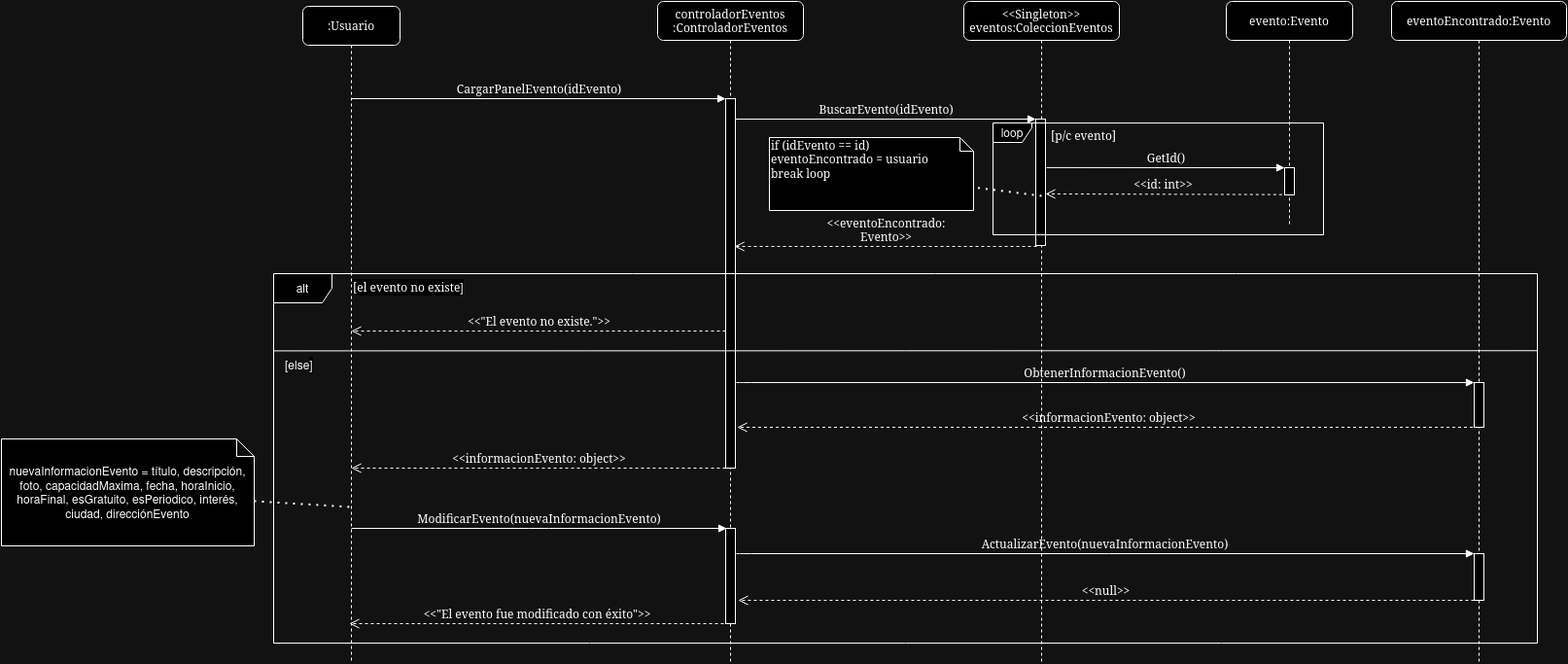
Above: Documentacion/Diagramas_de_secuencia/Modificacion_eventos/Diagrama_Secuencia_Diseño.png in sfonzo96/practica-profesionalizante-1 (draw.io), before the change. Source tidied: cells renumbered, new cells last; positions are measured from the earlier drawing's top-left corner, leaving out a move shared by most shapes. The source it was exported from:
```xml
<mxGraphModel>
  <root>
    <mxCell id="0" />
    <mxCell id="1" parent="0" />
    <mxCell id="2" value="controladorEventos :ControladorEventos" style="shape=umlLifeline;perimeter=lifelinePerimeter;whiteSpace=wrap;html=1;rounded=1;shadow=0;comic=0;labelBackgroundColor=none;strokeWidth=1;fontFamily=Verdana;fontSize=12;align=center;" parent="1" vertex="1">
      <mxGeometry x="675" width="150" height="680" as="geometry" />
    </mxCell>
    <mxCell id="3" style="html=1;points=[];perimeter=orthogonalPerimeter;rounded=0;shadow=0;comic=0;labelBackgroundColor=none;strokeWidth=1;fontFamily=Verdana;fontSize=12;align=center;" parent="2" vertex="1">
      <mxGeometry x="70" y="100" width="10" height="380" as="geometry" />
    </mxCell>
    <mxCell id="4" style="html=1;perimeter=orthogonalPerimeter;rounded=0;shadow=0;comic=0;labelBackgroundColor=none;strokeWidth=1;fontFamily=Verdana;fontSize=12;align=center;" parent="2" vertex="1">
      <mxGeometry x="70" y="542" width="10" height="98" as="geometry" />
    </mxCell>
    <mxCell id="5" value="&amp;lt;&amp;lt;Singleton&amp;gt;&amp;gt; eventos:ColeccionEventos" style="shape=umlLifeline;perimeter=lifelinePerimeter;whiteSpace=wrap;html=1;rounded=1;shadow=0;comic=0;labelBackgroundColor=none;strokeWidth=1;fontFamily=Verdana;fontSize=12;align=center;" parent="1" vertex="1">
      <mxGeometry x="990" width="160" height="680" as="geometry" />
    </mxCell>
    <mxCell id="6" style="html=1;points=[];perimeter=orthogonalPerimeter;rounded=0;shadow=0;comic=0;labelBackgroundColor=none;strokeWidth=1;fontFamily=Verdana;fontSize=12;align=center;" parent="5" vertex="1">
      <mxGeometry x="74" y="121" width="10" height="130" as="geometry" />
    </mxCell>
    <mxCell id="7" value="evento:Evento" style="shape=umlLifeline;perimeter=lifelinePerimeter;whiteSpace=wrap;html=1;rounded=1;shadow=0;comic=0;labelBackgroundColor=none;strokeWidth=1;fontFamily=Verdana;fontSize=12;align=center;" parent="1" vertex="1">
      <mxGeometry x="1260" width="130" height="230" as="geometry" />
    </mxCell>
    <mxCell id="8" style="html=1;points=[];perimeter=orthogonalPerimeter;rounded=0;shadow=0;comic=0;labelBackgroundColor=none;strokeWidth=1;fontFamily=Verdana;fontSize=12;align=center;" parent="7" vertex="1">
      <mxGeometry x="60" y="171" width="10" height="28" as="geometry" />
    </mxCell>
    <mxCell id="9" value=":Usuario" style="shape=umlLifeline;perimeter=lifelinePerimeter;whiteSpace=wrap;html=1;outlineConnect=0;rounded=1;shadow=0;comic=0;labelBackgroundColor=none;strokeWidth=1;fontFamily=Verdana;fontSize=12;align=center;" parent="1" vertex="1">
      <mxGeometry x="310" y="5" width="100" height="675" as="geometry" />
    </mxCell>
    <mxCell id="10" value="&amp;lt;&amp;lt;&quot;El evento no existe.&quot;&amp;gt;&amp;gt;" style="html=1;verticalAlign=bottom;endArrow=open;dashed=1;endSize=8;labelBackgroundColor=none;fontFamily=Verdana;fontSize=12;edgeStyle=elbowEdgeStyle;elbow=vertical;" parent="9" edge="1">
      <mxGeometry relative="1" as="geometry">
        <mxPoint x="435" y="334" as="sourcePoint" />
        <mxPoint x="50" y="334.4" as="targetPoint" />
      </mxGeometry>
    </mxCell>
    <mxCell id="11" value="GetId()" style="html=1;verticalAlign=bottom;endArrow=block;labelBackgroundColor=none;fontFamily=Verdana;fontSize=12;edgeStyle=elbowEdgeStyle;elbow=vertical;exitX=1.005;exitY=0.23;exitDx=0;exitDy=0;exitPerimeter=0;entryX=0;entryY=0.01;entryDx=0;entryDy=0;entryPerimeter=0;" parent="1" edge="1" target="8">
      <mxGeometry relative="1" as="geometry">
        <mxPoint x="1075.1" y="170.9" as="sourcePoint" />
        <Array as="points">
          <mxPoint x="1080" y="171" />
        </Array>
      </mxGeometry>
    </mxCell>
    <mxCell id="12" value="CargarPanelEvento(&lt;span style=&quot;text-align: left; text-wrap-mode: wrap;&quot;&gt;idEvento&lt;/span&gt;)" style="html=1;verticalAlign=bottom;endArrow=block;entryX=0;entryY=0;labelBackgroundColor=none;fontFamily=Verdana;fontSize=12;edgeStyle=elbowEdgeStyle;elbow=vertical;" parent="1" edge="1" source="9" target="3">
      <mxGeometry relative="1" as="geometry" />
    </mxCell>
    <mxCell id="13" value="BuscarEvento(idEvento)" style="html=1;verticalAlign=bottom;endArrow=block;entryX=0;entryY=0;labelBackgroundColor=none;fontFamily=Verdana;fontSize=12;edgeStyle=elbowEdgeStyle;elbow=vertical;" parent="1" edge="1" source="3" target="6">
      <mxGeometry relative="1" as="geometry" />
    </mxCell>
    <mxCell id="14" style="endArrow=none;dashed=1;html=1;dashPattern=1 3;strokeWidth=2;rounded=0;entryX=0;entryY=0;entryDx=100;entryDy=37;entryPerimeter=0;" parent="1" edge="1" target="15">
      <mxGeometry relative="1" as="geometry">
        <mxPoint x="1070" y="200" as="sourcePoint" />
      </mxGeometry>
    </mxCell>
    <mxCell id="15" value="if (idEvento == id)&lt;div&gt;eventoEncontrado = usuario&lt;/div&gt;&lt;div&gt;&lt;span style=&quot;background-color: initial;&quot;&gt;break loop&lt;/span&gt;&lt;/div&gt;" style="shape=note;whiteSpace=wrap;html=1;size=14;verticalAlign=top;align=left;spacingTop=-6;rounded=0;shadow=0;comic=0;labelBackgroundColor=none;strokeWidth=1;fontFamily=Verdana;fontSize=12;" parent="1" vertex="1">
      <mxGeometry x="790" y="140" width="210" height="75" as="geometry" />
    </mxCell>
    <mxCell id="16" value="loop" style="shape=umlFrame;whiteSpace=wrap;html=1;width=40;height=20;" parent="1" vertex="1">
      <mxGeometry x="1020" y="125" width="340" height="115" as="geometry" />
    </mxCell>
    <mxCell id="17" value="&amp;lt;&amp;lt;id: int&amp;gt;&amp;gt;" style="html=1;verticalAlign=bottom;endArrow=open;dashed=1;endSize=8;labelBackgroundColor=none;fontFamily=Verdana;fontSize=12;exitX=-0.045;exitY=1.026;exitDx=0;exitDy=0;exitPerimeter=0;entryX=1.12;entryY=0.539;entryDx=0;entryDy=0;entryPerimeter=0;" parent="1" edge="1">
      <mxGeometry relative="1" as="geometry">
        <mxPoint x="1317.3" y="198.7" as="sourcePoint" />
        <mxPoint x="1074" y="198" as="targetPoint" />
      </mxGeometry>
    </mxCell>
    <mxCell id="18" style="endArrow=none;html=1;rounded=0;exitX=0;exitY=0.209;exitDx=0;exitDy=0;exitPerimeter=0;entryX=1;entryY=0.348;entryDx=0;entryDy=0;entryPerimeter=0;" parent="1" edge="1" source="19">
      <mxGeometry relative="1" as="geometry">
        <mxPoint x="1580" y="359.2" as="targetPoint" />
      </mxGeometry>
    </mxCell>
    <mxCell id="19" value="alt" style="shape=umlFrame;whiteSpace=wrap;html=1;width=60;height=30;" parent="1" vertex="1">
      <mxGeometry x="280" y="280" width="1300" height="380" as="geometry" />
    </mxCell>
    <mxCell id="20" value="&amp;lt;&amp;lt;evento&lt;span style=&quot;text-align: left; text-wrap-mode: wrap;&quot;&gt;Encontrado: Evento&lt;/span&gt;&amp;gt;&amp;gt;" style="html=1;verticalAlign=bottom;endArrow=open;dashed=1;endSize=8;labelBackgroundColor=none;fontFamily=Verdana;fontSize=12;edgeStyle=elbowEdgeStyle;elbow=vertical;entryX=1.061;entryY=0.689;entryDx=0;entryDy=0;entryPerimeter=0;" parent="1" edge="1">
      <mxGeometry relative="1" as="geometry">
        <mxPoint x="1065" y="252" as="sourcePoint" />
        <mxPoint x="754.2" y="252" as="targetPoint" />
      </mxGeometry>
    </mxCell>
    <mxCell id="21" value="&lt;font face=&quot;Verdana&quot;&gt;[p/c evento]&lt;/font&gt;" style="text;whiteSpace=wrap;html=1;" parent="1" vertex="1">
      <mxGeometry x="1078" y="124" width="90" height="30" as="geometry" />
    </mxCell>
    <mxCell id="22" value="&lt;span style=&quot;forced-color-adjust: none; color: rgb(0, 0, 0); font-size: 12px; font-style: normal; font-variant-ligatures: normal; font-variant-caps: normal; font-weight: 400; letter-spacing: normal; orphans: 2; text-indent: 0px; text-transform: none; widows: 2; word-spacing: 0px; -webkit-text-stroke-width: 0px; white-space: normal; background-color: rgb(251, 251, 251); text-decoration-thickness: initial; text-decoration-style: initial; text-decoration-color: initial; font-family: Verdana; text-align: left;&quot;&gt;[el evento no existe&lt;/span&gt;&lt;span style=&quot;color: rgb(0, 0, 0); font-family: Helvetica; font-size: 12px; font-style: normal; font-variant-ligatures: normal; font-variant-caps: normal; font-weight: 400; letter-spacing: normal; orphans: 2; text-align: center; text-indent: 0px; text-transform: none; widows: 2; word-spacing: 0px; -webkit-text-stroke-width: 0px; white-space: normal; background-color: rgb(251, 251, 251); text-decoration-thickness: initial; text-decoration-style: initial; text-decoration-color: initial; display: inline !important; float: none;&quot;&gt;]&lt;/span&gt;" style="text;whiteSpace=wrap;html=1;" parent="1" vertex="1">
      <mxGeometry x="360" y="280" width="190" height="40" as="geometry" />
    </mxCell>
    <mxCell id="23" value="&amp;lt;&amp;lt;informacionEvento: object&amp;gt;&amp;gt;" style="html=1;verticalAlign=bottom;endArrow=open;dashed=1;endSize=8;labelBackgroundColor=none;fontFamily=Verdana;fontSize=12;edgeStyle=elbowEdgeStyle;elbow=vertical;" parent="1" edge="1">
      <mxGeometry relative="1" as="geometry">
        <mxPoint x="745" y="480" as="sourcePoint" />
        <mxPoint x="360" y="480.4" as="targetPoint" />
      </mxGeometry>
    </mxCell>
    <mxCell id="24" value="ModificarEvento(nuevaInformacionEvento)" style="html=1;verticalAlign=bottom;endArrow=block;entryX=0;entryY=0;labelBackgroundColor=none;fontFamily=Verdana;fontSize=12;edgeStyle=elbowEdgeStyle;elbow=horizontal;" parent="1" edge="1">
      <mxGeometry relative="1" as="geometry">
        <mxPoint x="360" y="542" as="sourcePoint" />
        <mxPoint x="746" y="542" as="targetPoint" />
      </mxGeometry>
    </mxCell>
    <mxCell id="25" value="eventoEncontrado:Evento" style="shape=umlLifeline;perimeter=lifelinePerimeter;whiteSpace=wrap;html=1;rounded=1;shadow=0;comic=0;labelBackgroundColor=none;strokeWidth=1;fontFamily=Verdana;fontSize=12;align=center;" parent="1" vertex="1">
      <mxGeometry x="1430" width="180" height="680" as="geometry" />
    </mxCell>
    <mxCell id="26" style="html=1;perimeter=orthogonalPerimeter;rounded=0;shadow=0;comic=0;labelBackgroundColor=none;strokeWidth=1;fontFamily=Verdana;fontSize=12;align=center;" parent="25" vertex="1">
      <mxGeometry x="85" y="568" width="10" height="48" as="geometry" />
    </mxCell>
    <mxCell id="27" style="html=1;perimeter=orthogonalPerimeter;rounded=0;shadow=0;comic=0;labelBackgroundColor=none;strokeWidth=1;fontFamily=Verdana;fontSize=12;align=center;" parent="25" vertex="1">
      <mxGeometry x="85" y="392" width="10" height="46" as="geometry" />
    </mxCell>
    <mxCell id="28" value="&amp;lt;&amp;lt;informacionEvento: object&amp;gt;&amp;gt;" style="html=1;verticalAlign=bottom;endArrow=open;dashed=1;endSize=8;labelBackgroundColor=none;fontFamily=Verdana;fontSize=12;" parent="1" edge="1">
      <mxGeometry relative="1" as="geometry">
        <mxPoint x="1519.5" y="438" as="sourcePoint" />
        <mxPoint x="757" y="438" as="targetPoint" />
      </mxGeometry>
    </mxCell>
    <mxCell id="29" value="ActualizarEvento(nuevaInformacionEvento)" style="html=1;verticalAlign=bottom;endArrow=block;labelBackgroundColor=none;fontFamily=Verdana;fontSize=12;edgeStyle=elbowEdgeStyle;elbow=horizontal;exitX=1.005;exitY=0.23;exitDx=0;exitDy=0;exitPerimeter=0;" parent="1" edge="1">
      <mxGeometry relative="1" as="geometry">
        <mxPoint x="756" y="568" as="sourcePoint" />
        <mxPoint x="1515" y="568" as="targetPoint" />
        <Array as="points">
          <mxPoint x="761" y="568.1" />
        </Array>
      </mxGeometry>
    </mxCell>
    <mxCell id="30" value="&amp;lt;&amp;lt;null&amp;gt;&amp;gt;" style="html=1;verticalAlign=bottom;endArrow=open;dashed=1;endSize=8;labelBackgroundColor=none;fontFamily=Verdana;fontSize=12;" parent="1" edge="1">
      <mxGeometry relative="1" as="geometry">
        <mxPoint x="1515" y="616" as="sourcePoint" />
        <mxPoint x="758" y="616" as="targetPoint" />
      </mxGeometry>
    </mxCell>
    <mxCell id="31" value="&amp;lt;&amp;lt;&quot;El evento fue modificado con éxito&quot;&amp;gt;&amp;gt;" style="html=1;verticalAlign=bottom;endArrow=open;dashed=1;endSize=8;labelBackgroundColor=none;fontFamily=Verdana;fontSize=12;edgeStyle=elbowEdgeStyle;elbow=vertical;" parent="1" edge="1">
      <mxGeometry relative="1" as="geometry">
        <mxPoint x="743" y="640" as="sourcePoint" />
        <mxPoint x="358" y="640.4" as="targetPoint" />
      </mxGeometry>
    </mxCell>
    <mxCell id="32" value="ObtenerInformacionEvento()" style="html=1;verticalAlign=bottom;endArrow=block;labelBackgroundColor=none;fontFamily=Verdana;fontSize=12;edgeStyle=elbowEdgeStyle;elbow=horizontal;exitX=1.005;exitY=0.23;exitDx=0;exitDy=0;exitPerimeter=0;" parent="1" edge="1">
      <mxGeometry relative="1" as="geometry">
        <mxPoint x="756" y="392" as="sourcePoint" />
        <mxPoint x="1515" y="392" as="targetPoint" />
        <Array as="points">
          <mxPoint x="761" y="392.1" />
        </Array>
      </mxGeometry>
    </mxCell>
    <mxCell id="33" value="nuevaInformacionEvento = título, descripción, foto, capacidadMaxima, fecha, horaInicio, horaFinal, esGratuito, esPeriodico, interés, ciudad, direcciónEvento" style="shape=note;whiteSpace=wrap;html=1;backgroundOutline=1;darkOpacity=0.05;size=18;" parent="1" vertex="1">
      <mxGeometry y="450" width="260" height="110" as="geometry" />
    </mxCell>
    <mxCell id="34" style="endArrow=none;dashed=1;html=1;dashPattern=1 3;strokeWidth=2;rounded=0;entryX=0.5;entryY=0.763;entryDx=0;entryDy=0;entryPerimeter=0;exitX=0;exitY=0;exitDx=260;exitDy=64;exitPerimeter=0;" parent="1" edge="1" source="33" target="9">
      <mxGeometry relative="1" as="geometry" />
    </mxCell>
    <mxCell id="35" value="[else&lt;span style=&quot;color: rgb(0, 0, 0); font-family: Helvetica; font-size: 12px; font-style: normal; font-variant-ligatures: normal; font-variant-caps: normal; font-weight: 400; letter-spacing: normal; orphans: 2; text-align: center; text-indent: 0px; text-transform: none; widows: 2; word-spacing: 0px; -webkit-text-stroke-width: 0px; white-space: normal; background-color: rgb(251, 251, 251); text-decoration-thickness: initial; text-decoration-style: initial; text-decoration-color: initial; display: inline !important; float: none;&quot;&gt;]&lt;/span&gt;" style="text;whiteSpace=wrap;html=1;" parent="1" vertex="1">
      <mxGeometry x="290" y="360" width="40" height="30" as="geometry" />
    </mxCell>
  </root>
</mxGraphModel>
```
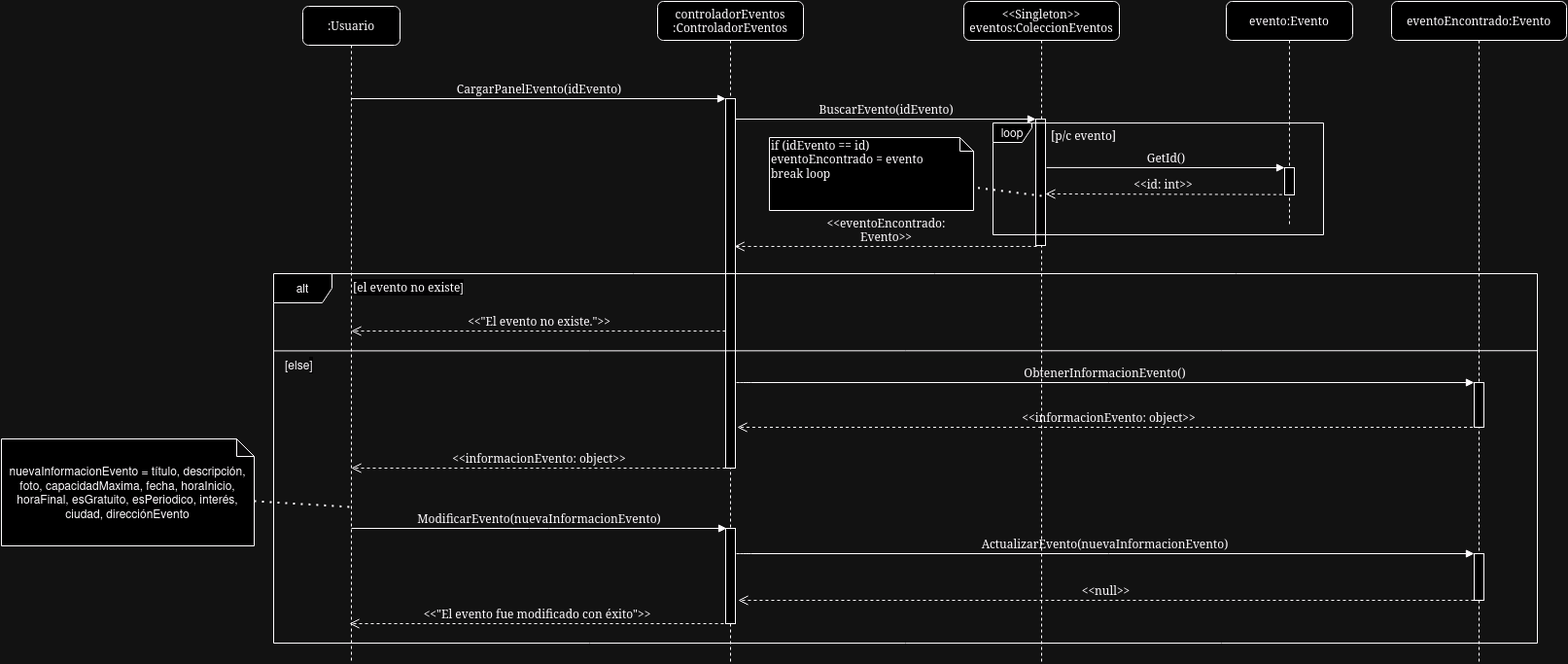
After the change.

Commit message:
[FIX] Inconsistencia secuencia diseño 9

Diff of the diagram source:
```diff
@@ -51,7 +51,7 @@
         <mxPoint x="1070" y="200" as="sourcePoint" />
       </mxGeometry>
     </mxCell>
-    <mxCell id="15" value="if (idEvento == id)&lt;div&gt;eventoEncontrado = usuario&lt;/div&gt;&lt;div&gt;&lt;span style=&quot;background-color: initial;&quot;&gt;break loop&lt;/span&gt;&lt;/div&gt;" style="shape=note;whiteSpace=wrap;html=1;size=14;verticalAlign=top;align=left;spacingTop=-6;rounded=0;shadow=0;comic=0;labelBackgroundColor=none;strokeWidth=1;fontFamily=Verdana;fontSize=12;" parent="1" vertex="1">
+    <mxCell id="15" value="if (idEvento == id)&lt;div&gt;eventoEncontrado = evento&lt;br&gt;&lt;/div&gt;&lt;div&gt;&lt;span style=&quot;background-color: initial;&quot;&gt;break loop&lt;/span&gt;&lt;/div&gt;" style="shape=note;whiteSpace=wrap;html=1;size=14;verticalAlign=top;align=left;spacingTop=-6;rounded=0;shadow=0;comic=0;labelBackgroundColor=none;strokeWidth=1;fontFamily=Verdana;fontSize=12;" parent="1" vertex="1">
       <mxGeometry x="790" y="140" width="210" height="75" as="geometry" />
     </mxCell>
     <mxCell id="16" value="loop" style="shape=umlFrame;whiteSpace=wrap;html=1;width=40;height=20;" parent="1" vertex="1">
```
